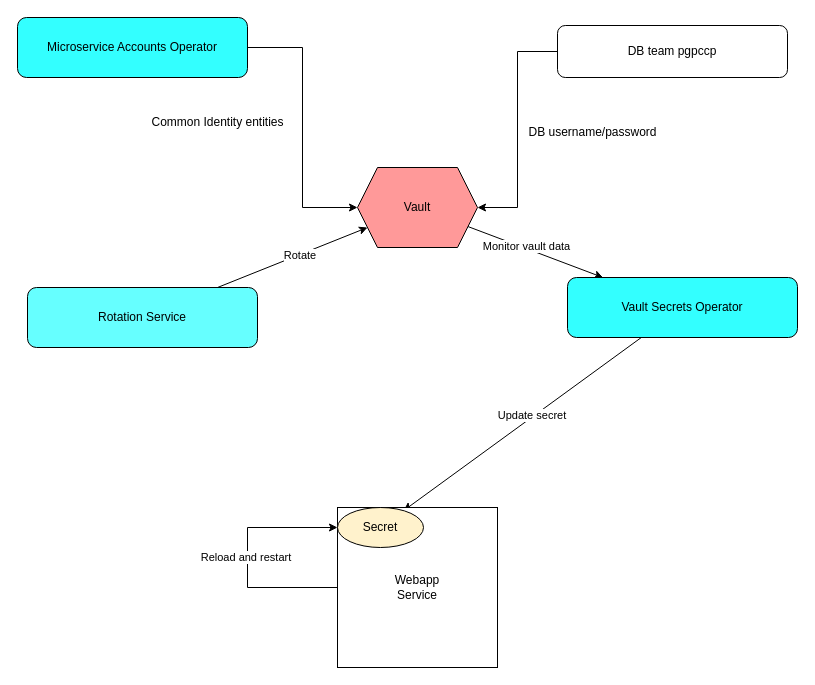
The draw.io diagram CI-Oneclick-design.drawio in Tomoku-dm/diagrams_file, before the edit. Source tidied: cells renumbered, new cells numbered last; positions are measured from the earlier drawing's top-left corner, leaving out a move shared by most shapes. Both pictures are drawn from the tidied source at 100%, with x=0, y=0 at pixel (17, 17).
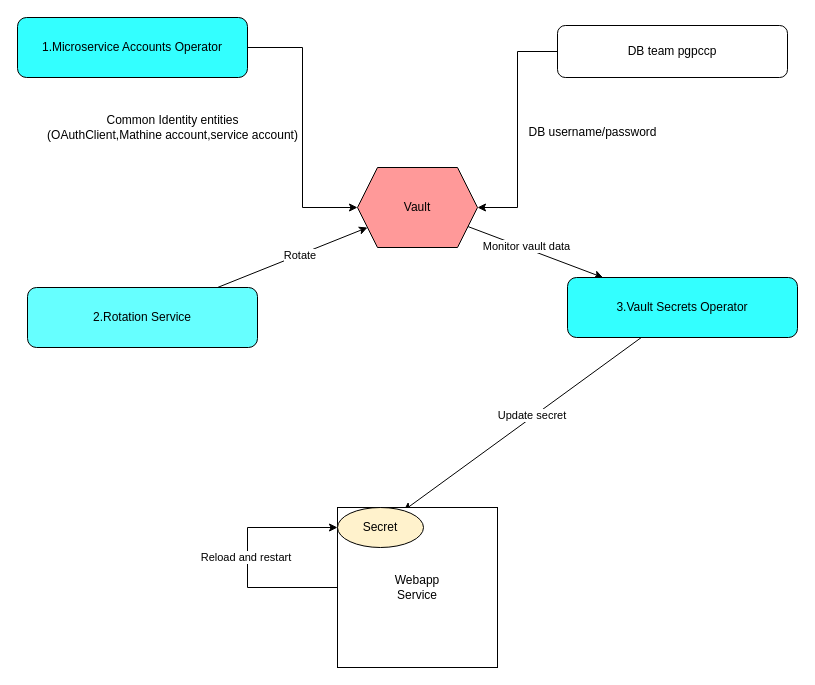
After the change.

The edit, as a diff of the source:
```diff
@@
-    <mxCell id="3" value="Microservice Accounts Operator" style="rounded=1;whiteSpace=wrap;html=1;fillColor=#33FFFF;" parent="1" vertex="1">
+    <mxCell id="3" value="1.Microservice Accounts Operator" style="rounded=1;whiteSpace=wrap;html=1;fillColor=#33FFFF;" parent="1" vertex="1">
       <mxGeometry width="230" height="60" as="geometry" />
     </mxCell>
@@
-    <mxCell id="7" value="Common Identity entities" style="text;html=1;align=center;verticalAlign=middle;strokeColor=none;fillColor=none;" parent="1" vertex="1">
-      <mxGeometry x="120" y="90" width="160" height="30" as="geometry" />
+    <mxCell id="7" value="Common Identity entities&lt;div&gt;(OAuthClient,Mathine account,service account)&lt;/div&gt;" style="text;html=1;align=center;verticalAlign=middle;strokeColor=none;fillColor=none;" parent="1" vertex="1">
+      <mxGeometry x="20" y="90" width="270" height="40" as="geometry" />
     </mxCell>
@@
-    <mxCell id="13" value="Rotation Service" style="rounded=1;whiteSpace=wrap;html=1;fillColor=#66FFFF;" parent="1" vertex="1">
+    <mxCell id="13" value="2.Rotation Service" style="rounded=1;whiteSpace=wrap;html=1;fillColor=#66FFFF;" parent="1" vertex="1">
       <mxGeometry x="10" y="270" width="230" height="60" as="geometry" />
     </mxCell>
@@
-    <mxCell id="16" value="Vault Secrets Operator" style="rounded=1;whiteSpace=wrap;html=1;fillColor=#33FFFF;" parent="1" vertex="1">
+    <mxCell id="16" value="3.Vault Secrets Operator" style="rounded=1;whiteSpace=wrap;html=1;fillColor=#33FFFF;" parent="1" vertex="1">
       <mxGeometry x="550" y="260" width="230" height="60" as="geometry" />
     </mxCell>
```
